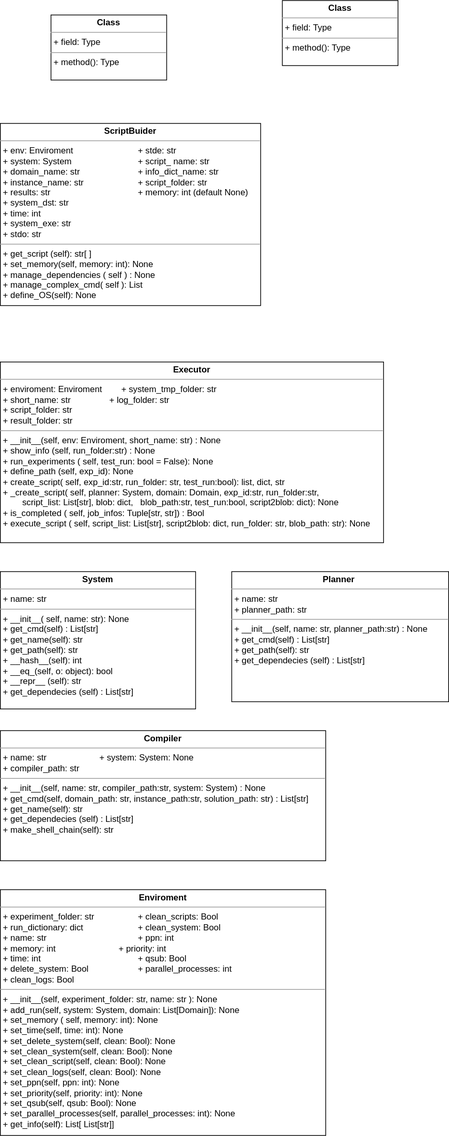
Earlier version of the draw.io export Class_diagram.drawio.svg (LBonassi95/planning-experiments). Source tidied: cells renumbered, new cells last; positions are measured from the earlier drawing's top-left corner, leaving out a move shared by most shapes.
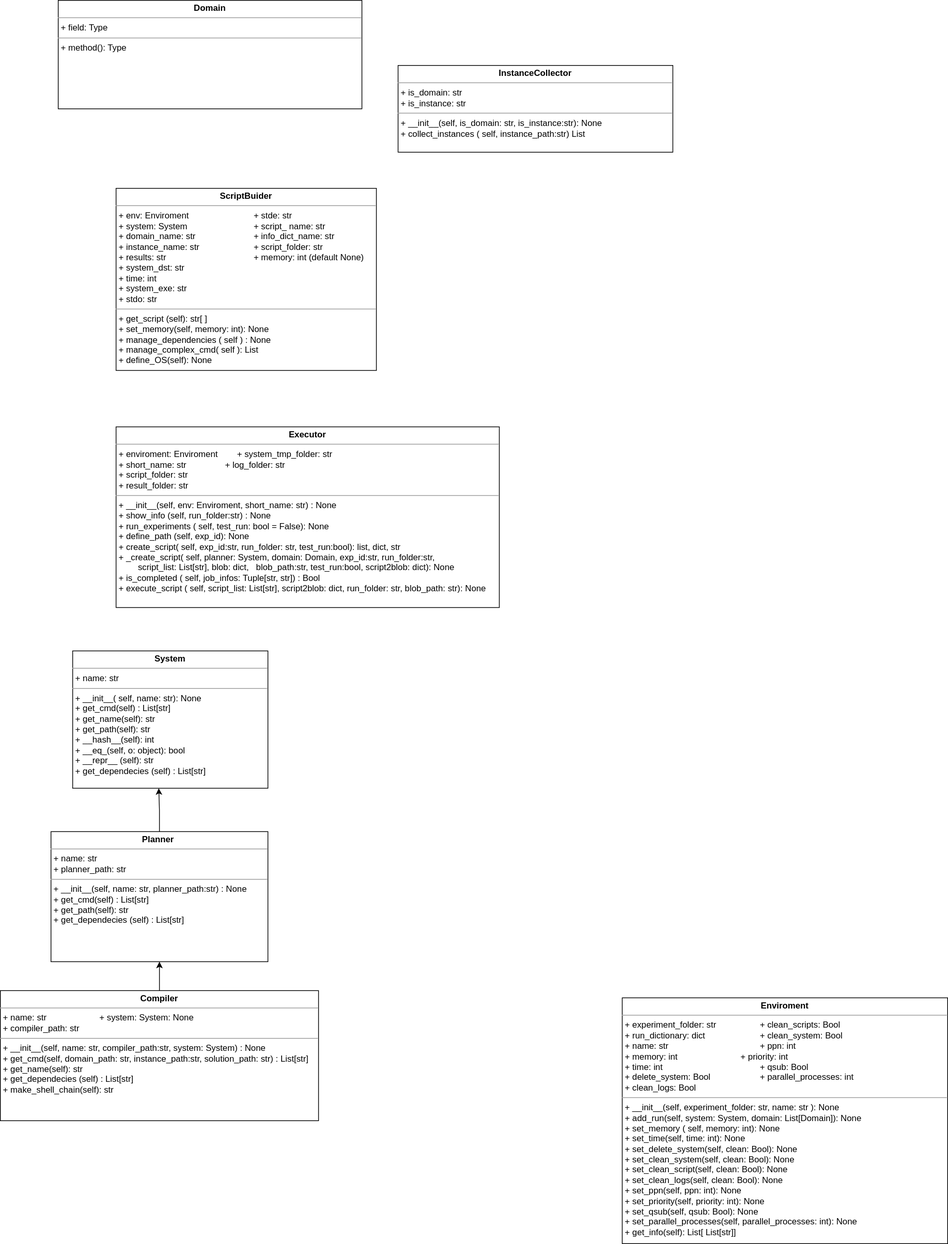
Above is the later version.

Diff of the diagram source:
```diff
@@ -9,22 +9,32 @@
       <mxGeometry y="500" width="530" height="250" as="geometry" />
     </mxCell>
     <mxCell id="4" value="&lt;p style=&quot;margin:0px;margin-top:4px;text-align:center;&quot;&gt;&lt;b&gt;System&lt;/b&gt;&lt;/p&gt;&lt;hr size=&quot;1&quot;&gt;&lt;p style=&quot;margin:0px;margin-left:4px;&quot;&gt;+ name: str&lt;/p&gt;&lt;hr size=&quot;1&quot;&gt;&lt;p style=&quot;margin:0px;margin-left:4px;&quot;&gt;+ __init__( self, name: str): None&lt;/p&gt;&lt;p style=&quot;margin:0px;margin-left:4px;&quot;&gt;+ get_cmd(self) : List[str]&lt;/p&gt;&lt;p style=&quot;margin:0px;margin-left:4px;&quot;&gt;+ get_name(self): str&lt;/p&gt;&lt;p style=&quot;margin:0px;margin-left:4px;&quot;&gt;+ get_path(self): str&lt;/p&gt;&lt;p style=&quot;margin:0px;margin-left:4px;&quot;&gt;+ __hash__(self): int&lt;/p&gt;&lt;p style=&quot;margin:0px;margin-left:4px;&quot;&gt;+ __eq_(self, o: object): bool&lt;/p&gt;&lt;p style=&quot;margin:0px;margin-left:4px;&quot;&gt;+ __repr__ (self): str&lt;/p&gt;&lt;p style=&quot;margin:0px;margin-left:4px;&quot;&gt;+ get_dependecies (self) : List[str]&lt;/p&gt;" style="verticalAlign=top;align=left;overflow=fill;fontSize=12;fontFamily=Helvetica;html=1;whiteSpace=wrap;" parent="1" vertex="1">
-      <mxGeometry y="790" width="270" height="190" as="geometry" />
+      <mxGeometry x="-60" y="810" width="270" height="190" as="geometry" />
     </mxCell>
     <mxCell id="5" value="&lt;p style=&quot;margin:0px;margin-top:4px;text-align:center;&quot;&gt;&lt;b&gt;Planner&amp;nbsp;&lt;/b&gt;&lt;/p&gt;&lt;hr size=&quot;1&quot;&gt;&lt;p style=&quot;margin:0px;margin-left:4px;&quot;&gt;+ name: str&lt;/p&gt;&lt;p style=&quot;margin:0px;margin-left:4px;&quot;&gt;+ planner_path: str&lt;/p&gt;&lt;hr size=&quot;1&quot;&gt;&lt;p style=&quot;margin:0px;margin-left:4px;&quot;&gt;+ __init__(self, name: str, planner_path:str) : None&lt;/p&gt;&lt;p style=&quot;border-color: var(--border-color); margin: 0px 0px 0px 4px;&quot;&gt;+ get_cmd(self) : List[str]&lt;/p&gt;&lt;p style=&quot;border-color: var(--border-color); margin: 0px 0px 0px 4px;&quot;&gt;+ get_path(self): str&lt;/p&gt;&lt;p style=&quot;border-color: var(--border-color); margin: 0px 0px 0px 4px;&quot;&gt;+ get_dependecies (self) : List[str]&lt;/p&gt;" style="verticalAlign=top;align=left;overflow=fill;fontSize=12;fontFamily=Helvetica;html=1;whiteSpace=wrap;" parent="1" vertex="1">
-      <mxGeometry x="320" y="790" width="300" height="180" as="geometry" />
+      <mxGeometry x="-90" y="1060" width="300" height="180" as="geometry" />
     </mxCell>
     <mxCell id="6" value="&lt;p style=&quot;margin:0px;margin-top:4px;text-align:center;&quot;&gt;&lt;b&gt;Compiler&lt;/b&gt;&lt;/p&gt;&lt;hr size=&quot;1&quot;&gt;&lt;p style=&quot;margin:0px;margin-left:4px;&quot;&gt;+ name: str&lt;span style=&quot;white-space: pre;&quot;&gt;&#9;&lt;/span&gt;&lt;span style=&quot;white-space: pre;&quot;&gt;&#9;&lt;/span&gt;&lt;span style=&quot;white-space: pre;&quot;&gt;&#9;&lt;/span&gt;+ system: System: None&lt;/p&gt;&lt;p style=&quot;margin:0px;margin-left:4px;&quot;&gt;+ compiler_path: str&lt;span style=&quot;white-space: pre;&quot;&gt;&#9;&lt;/span&gt;&lt;/p&gt;&lt;hr size=&quot;1&quot;&gt;&lt;p style=&quot;margin:0px;margin-left:4px;&quot;&gt;+ __init__(self, name: str, compiler_path:str, system: System) : None&lt;/p&gt;&lt;p style=&quot;border-color: var(--border-color); margin: 0px 0px 0px 4px;&quot;&gt;+ get_cmd(self, domain_path: str, instance_path:str, solution_path: str) : List[str]&lt;/p&gt;&lt;p style=&quot;border-color: var(--border-color); margin: 0px 0px 0px 4px;&quot;&gt;+ get_name(self): str&lt;/p&gt;&lt;p style=&quot;border-color: var(--border-color); margin: 0px 0px 0px 4px;&quot;&gt;+ get_dependecies (self) : List[str]&lt;/p&gt;&lt;p style=&quot;border-color: var(--border-color); margin: 0px 0px 0px 4px;&quot;&gt;+ make_shell_chain(self): str&lt;/p&gt;" style="verticalAlign=top;align=left;overflow=fill;fontSize=12;fontFamily=Helvetica;html=1;whiteSpace=wrap;" parent="1" vertex="1">
-      <mxGeometry y="1010" width="450" height="180" as="geometry" />
+      <mxGeometry x="-160" y="1280" width="440" height="180" as="geometry" />
     </mxCell>
     <mxCell id="7" value="&lt;p style=&quot;margin:0px;margin-top:4px;text-align:center;&quot;&gt;&lt;b&gt;Enviroment&lt;/b&gt;&lt;/p&gt;&lt;hr size=&quot;1&quot;&gt;&lt;p style=&quot;margin:0px;margin-left:4px;&quot;&gt;+ experiment_folder: str&lt;span style=&quot;white-space: pre;&quot;&gt;&#9;&lt;/span&gt;&lt;span style=&quot;white-space: pre;&quot;&gt;&#9;&lt;/span&gt;&lt;span style=&quot;white-space: pre;&quot;&gt;&#9;&lt;/span&gt;+ clean_scripts: Bool&lt;/p&gt;&lt;p style=&quot;margin:0px;margin-left:4px;&quot;&gt;+ run_dictionary: dict&lt;span style=&quot;white-space: pre;&quot;&gt;&#9;&lt;/span&gt;&lt;span style=&quot;white-space: pre;&quot;&gt;&#9;&lt;/span&gt;&lt;span style=&quot;white-space: pre;&quot;&gt;&#9;&lt;/span&gt;+ clean_system: Bool&lt;/p&gt;&lt;p style=&quot;margin:0px;margin-left:4px;&quot;&gt;+ name: str&lt;span style=&quot;white-space: pre;&quot;&gt;&#9;&lt;/span&gt;&lt;span style=&quot;white-space: pre;&quot;&gt;&#9;&lt;/span&gt;&lt;span style=&quot;white-space: pre;&quot;&gt;&#9;&lt;/span&gt;&lt;span style=&quot;white-space: pre;&quot;&gt;&#9;&lt;/span&gt;&lt;span style=&quot;white-space: pre;&quot;&gt;&#9;&lt;/span&gt;+ ppn: int&lt;/p&gt;&lt;p style=&quot;margin:0px;margin-left:4px;&quot;&gt;+ memory: int&lt;span style=&quot;white-space: pre;&quot;&gt;&#9;&lt;/span&gt;&lt;span style=&quot;white-space: pre;&quot;&gt;&#9;&lt;/span&gt;&lt;span style=&quot;white-space: pre;&quot;&gt;&#9;&lt;/span&gt;&lt;span style=&quot;white-space: pre;&quot;&gt;&#9;&lt;/span&gt;+ priority: int&lt;/p&gt;&lt;p style=&quot;margin:0px;margin-left:4px;&quot;&gt;+ time: int&lt;span style=&quot;white-space: pre;&quot;&gt;&#9;&lt;/span&gt;&lt;span style=&quot;white-space: pre;&quot;&gt;&#9;&lt;/span&gt;&lt;span style=&quot;white-space: pre;&quot;&gt;&#9;&lt;/span&gt;&lt;span style=&quot;white-space: pre;&quot;&gt;&#9;&lt;/span&gt;&lt;span style=&quot;white-space: pre;&quot;&gt;&#9;&lt;/span&gt;+ qsub: Bool&lt;/p&gt;&lt;p style=&quot;margin:0px;margin-left:4px;&quot;&gt;+ delete_system: Bool&lt;span style=&quot;white-space: pre;&quot;&gt;&#9;&lt;/span&gt;&lt;span style=&quot;white-space: pre;&quot;&gt;&#9;&lt;/span&gt;&lt;span style=&quot;white-space: pre;&quot;&gt;&#9;&lt;/span&gt;+ parallel_processes: int&lt;/p&gt;&lt;p style=&quot;margin:0px;margin-left:4px;&quot;&gt;+ clean_logs: Bool&lt;/p&gt;&lt;hr size=&quot;1&quot;&gt;&lt;p style=&quot;margin:0px;margin-left:4px;&quot;&gt;+ __init__(self, experiment_folder: str, name: str ): None&lt;/p&gt;&lt;p style=&quot;margin:0px;margin-left:4px;&quot;&gt;+ add_run(self, system: System, domain: List[Domain]): None&lt;/p&gt;&lt;p style=&quot;margin:0px;margin-left:4px;&quot;&gt;+ set_memory ( self, memory: int): None&lt;/p&gt;&lt;p style=&quot;margin:0px;margin-left:4px;&quot;&gt;+ set_time(self, time: int): None&lt;/p&gt;&lt;p style=&quot;margin:0px;margin-left:4px;&quot;&gt;+ set_delete_system(self, clean: Bool): None&lt;/p&gt;&lt;p style=&quot;margin:0px;margin-left:4px;&quot;&gt;+ set_clean_system(self, clean: Bool): None&lt;/p&gt;&lt;p style=&quot;margin:0px;margin-left:4px;&quot;&gt;+ set_clean_script(self, clean: Bool): None&lt;/p&gt;&lt;p style=&quot;margin:0px;margin-left:4px;&quot;&gt;+ set_clean_logs(self, clean: Bool): None&lt;/p&gt;&lt;p style=&quot;margin:0px;margin-left:4px;&quot;&gt;+ set_ppn(self, ppn: int): None&lt;/p&gt;&lt;p style=&quot;margin:0px;margin-left:4px;&quot;&gt;+ set_priority(self, priority: int): None&lt;/p&gt;&lt;p style=&quot;margin:0px;margin-left:4px;&quot;&gt;+ set_qsub(self, qsub: Bool): None&lt;/p&gt;&lt;p style=&quot;margin:0px;margin-left:4px;&quot;&gt;+ set_parallel_processes(self, parallel_processes: int): None&lt;/p&gt;&lt;p style=&quot;margin:0px;margin-left:4px;&quot;&gt;+ get_info(self): List[ List[str]]&lt;/p&gt;&lt;p style=&quot;margin:0px;margin-left:4px;&quot;&gt;&lt;br&gt;&lt;/p&gt;" style="verticalAlign=top;align=left;overflow=fill;fontSize=12;fontFamily=Helvetica;html=1;whiteSpace=wrap;" parent="1" vertex="1">
-      <mxGeometry y="1230" width="450" height="340" as="geometry" />
+      <mxGeometry x="700" y="1290" width="450" height="340" as="geometry" />
     </mxCell>
-    <mxCell id="8" value="&lt;p style=&quot;margin:0px;margin-top:4px;text-align:center;&quot;&gt;&lt;b&gt;Class&lt;/b&gt;&lt;/p&gt;&lt;hr size=&quot;1&quot;/&gt;&lt;p style=&quot;margin:0px;margin-left:4px;&quot;&gt;+ field: Type&lt;/p&gt;&lt;hr size=&quot;1&quot;/&gt;&lt;p style=&quot;margin:0px;margin-left:4px;&quot;&gt;+ method(): Type&lt;/p&gt;" style="verticalAlign=top;align=left;overflow=fill;fontSize=12;fontFamily=Helvetica;html=1;whiteSpace=wrap;" parent="1" vertex="1">
-      <mxGeometry x="390" width="160" height="90" as="geometry" />
+    <mxCell id="8" value="&lt;p style=&quot;margin:0px;margin-top:4px;text-align:center;&quot;&gt;&lt;b&gt;InstanceCollector&lt;/b&gt;&lt;/p&gt;&lt;hr size=&quot;1&quot;&gt;&lt;p style=&quot;margin:0px;margin-left:4px;&quot;&gt;+ is_domain: str&lt;/p&gt;&lt;p style=&quot;margin:0px;margin-left:4px;&quot;&gt;+ is_instance: str&lt;/p&gt;&lt;hr size=&quot;1&quot;&gt;&lt;p style=&quot;margin:0px;margin-left:4px;&quot;&gt;+ __init__(self, is_domain: str, is_instance:str): None&lt;/p&gt;&lt;p style=&quot;margin:0px;margin-left:4px;&quot;&gt;+ collect_instances ( self, instance_path:str) List&lt;/p&gt;&lt;p style=&quot;margin:0px;margin-left:4px;&quot;&gt;&lt;br&gt;&lt;/p&gt;" style="verticalAlign=top;align=left;overflow=fill;fontSize=12;fontFamily=Helvetica;html=1;whiteSpace=wrap;" parent="1" vertex="1">
+      <mxGeometry x="390" width="380" height="120" as="geometry" />
     </mxCell>
-    <mxCell id="9" value="&lt;p style=&quot;margin:0px;margin-top:4px;text-align:center;&quot;&gt;&lt;b&gt;Class&lt;/b&gt;&lt;/p&gt;&lt;hr size=&quot;1&quot;/&gt;&lt;p style=&quot;margin:0px;margin-left:4px;&quot;&gt;+ field: Type&lt;/p&gt;&lt;hr size=&quot;1&quot;/&gt;&lt;p style=&quot;margin:0px;margin-left:4px;&quot;&gt;+ method(): Type&lt;/p&gt;" style="verticalAlign=top;align=left;overflow=fill;fontSize=12;fontFamily=Helvetica;html=1;whiteSpace=wrap;" parent="1" vertex="1">
-      <mxGeometry x="70" y="20" width="160" height="90" as="geometry" />
+    <mxCell id="9" value="&lt;p style=&quot;margin:0px;margin-top:4px;text-align:center;&quot;&gt;&lt;b&gt;Domain&lt;/b&gt;&lt;/p&gt;&lt;hr size=&quot;1&quot;&gt;&lt;p style=&quot;margin:0px;margin-left:4px;&quot;&gt;+ field: Type&lt;/p&gt;&lt;hr size=&quot;1&quot;&gt;&lt;p style=&quot;margin:0px;margin-left:4px;&quot;&gt;+ method(): Type&lt;/p&gt;" style="verticalAlign=top;align=left;overflow=fill;fontSize=12;fontFamily=Helvetica;html=1;whiteSpace=wrap;" parent="1" vertex="1">
+      <mxGeometry x="-80" y="-90" width="420" height="150" as="geometry" />
     </mxCell>
+    <mxCell id="10" style="endArrow=classic;html=1;rounded=0;exitX=0.5;exitY=0;exitDx=0;exitDy=0;entryX=0.441;entryY=1;entryDx=0;entryDy=0;entryPerimeter=0;" parent="1" edge="1" source="5" target="4">
+      <mxGeometry relative="1" as="geometry">
+        <Array as="points">
+          <mxPoint x="60" y="1030" />
+        </Array>
+      </mxGeometry>
+    </mxCell>
+    <mxCell id="11" style="endArrow=classic;html=1;rounded=0;exitX=0.5;exitY=0;exitDx=0;exitDy=0;entryX=0.5;entryY=1;entryDx=0;entryDy=0;" parent="1" edge="1" source="6" target="5">
+      <mxGeometry relative="1" as="geometry" />
+    </mxCell>
   </root>
 </mxGraphModel>
```
